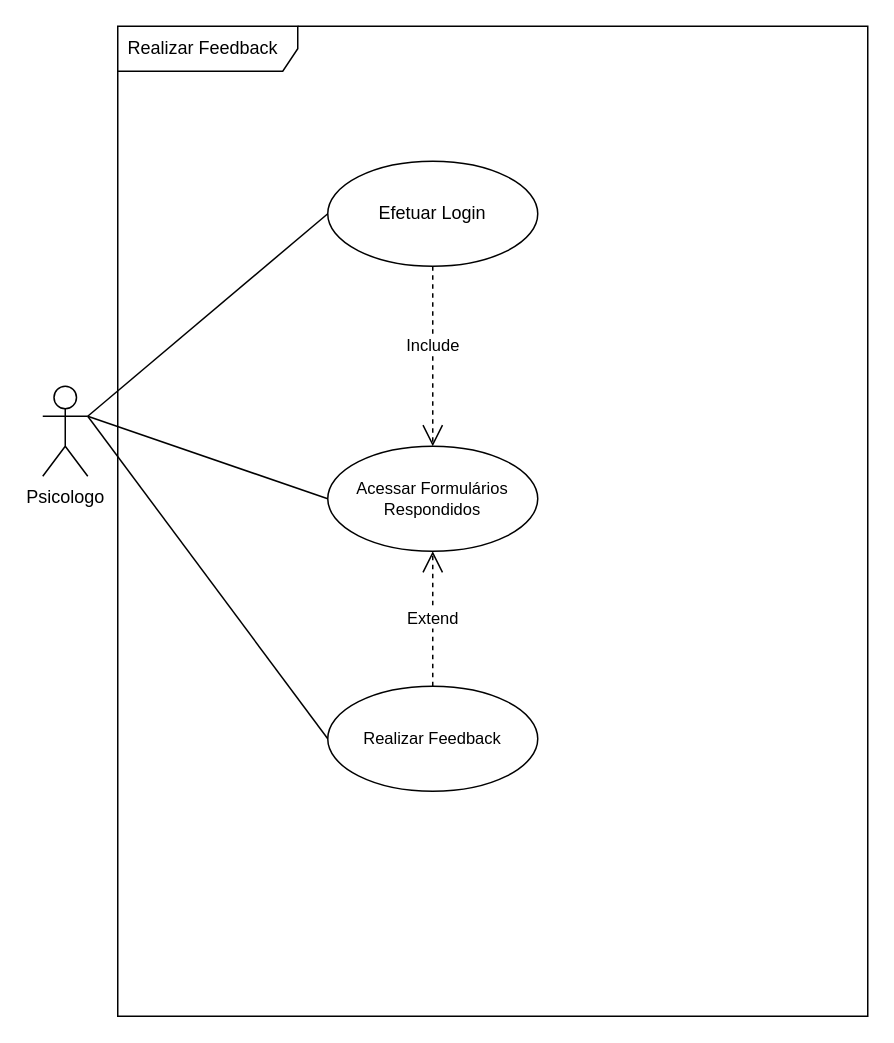
Earlier version of the draw.io diagram use-case-feedback.drawio (charlesYS/use-case-chillout). Source tidied: cells renumbered, new cells numbered last; positions are measured from the earlier drawing's top-left corner, leaving out a move shared by most shapes. Both pictures are drawn from the tidied source at 150%, with x=0, y=0 at pixel (42, 26).
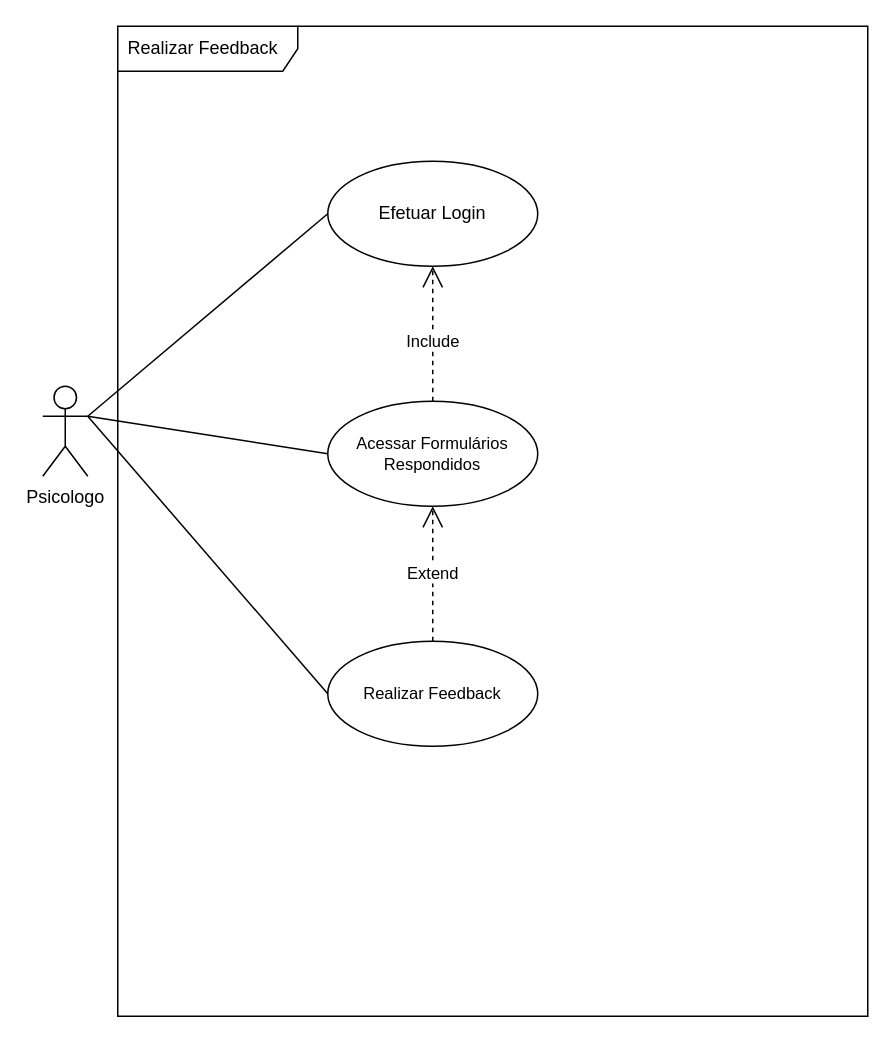
After the change.

What changed in the source:
```diff
@@
 <mxGraphModel>
   <root>
     <mxCell id="0" />
     <mxCell id="1" parent="0" />
     <mxCell id="2" value="Realizar Feedback" style="shape=umlFrame;whiteSpace=wrap;html=1;width=120;height=30;boundedLbl=1;verticalAlign=middle;align=left;spacingLeft=5;" parent="1" vertex="1">
       <mxGeometry x="50" width="500" height="660" as="geometry" />
     </mxCell>
     <mxCell id="3" style="edgeStyle=none;shape=connector;rounded=0;jettySize=auto;html=1;exitX=1;exitY=0.3333333333333333;exitDx=0;exitDy=0;exitPerimeter=0;entryX=0;entryY=0.5;entryDx=0;entryDy=0;labelBackgroundColor=default;fontFamily=Helvetica;fontSize=11;fontColor=default;endArrow=none;strokeColor=default;" parent="1" edge="1" source="4" target="7">
       <mxGeometry relative="1" as="geometry" />
     </mxCell>
     <mxCell id="4" value="Psicologo" style="shape=umlActor;verticalLabelPosition=bottom;verticalAlign=top;html=1;" parent="1" vertex="1">
       <mxGeometry y="240" width="30" height="60" as="geometry" />
     </mxCell>
     <mxCell id="5" value="Efetuar Login" style="ellipse;whiteSpace=wrap;html=1;" parent="1" vertex="1">
       <mxGeometry x="190" y="90" width="140" height="70" as="geometry" />
     </mxCell>
     <mxCell id="6" style="endArrow=none;html=1;rounded=0;exitX=1;exitY=0.3333333333333333;exitDx=0;exitDy=0;exitPerimeter=0;entryX=0;entryY=0.5;entryDx=0;entryDy=0;" parent="1" edge="1" source="4" target="5">
       <mxGeometry relative="1" as="geometry" />
     </mxCell>
     <mxCell id="7" value="Acessar Formulários Respondidos" style="ellipse;whiteSpace=wrap;html=1;fontFamily=Helvetica;fontSize=11;fontColor=default;" parent="1" vertex="1">
-      <mxGeometry x="190" y="280" width="140" height="70" as="geometry" />
+      <mxGeometry x="190" y="250" width="140" height="70" as="geometry" />
     </mxCell>
     <mxCell id="8" value="Realizar Feedback" style="ellipse;whiteSpace=wrap;html=1;fontFamily=Helvetica;fontSize=11;fontColor=default;" parent="1" vertex="1">
-      <mxGeometry x="190" y="440" width="140" height="70" as="geometry" />
+      <mxGeometry x="190" y="410" width="140" height="70" as="geometry" />
     </mxCell>
     <mxCell id="9" value="Extend" style="endArrow=open;endSize=12;dashed=1;html=1;rounded=0;" parent="1" edge="1" source="8" target="7">
       <mxGeometry relative="1" as="geometry" />
     </mxCell>
-    <mxCell id="10" value="Include" style="endArrow=open;endSize=12;dashed=1;html=1;rounded=0;exitX=0.5;exitY=1;exitDx=0;exitDy=0;" parent="1" edge="1" source="5" target="7">
+    <mxCell id="10" value="Include" style="endArrow=open;endSize=12;dashed=1;html=1;rounded=0;exitX=0.5;exitY=0;exitDx=0;exitDy=0;entryX=0.5;entryY=1;entryDx=0;entryDy=0;" parent="1" edge="1" source="7" target="5">
       <mxGeometry x="-0.12" relative="1" as="geometry">
         <Array as="points">
           <mxPoint x="260" y="240" />
         </Array>
       </mxGeometry>
     </mxCell>
     <mxCell id="11" style="endArrow=none;html=1;rounded=0;entryX=0;entryY=0.5;entryDx=0;entryDy=0;exitX=1;exitY=0.3333333333333333;exitDx=0;exitDy=0;exitPerimeter=0;" parent="1" edge="1" source="4" target="8">
       <mxGeometry relative="1" as="geometry" />
     </mxCell>
   </root>
 </mxGraphModel>
```
